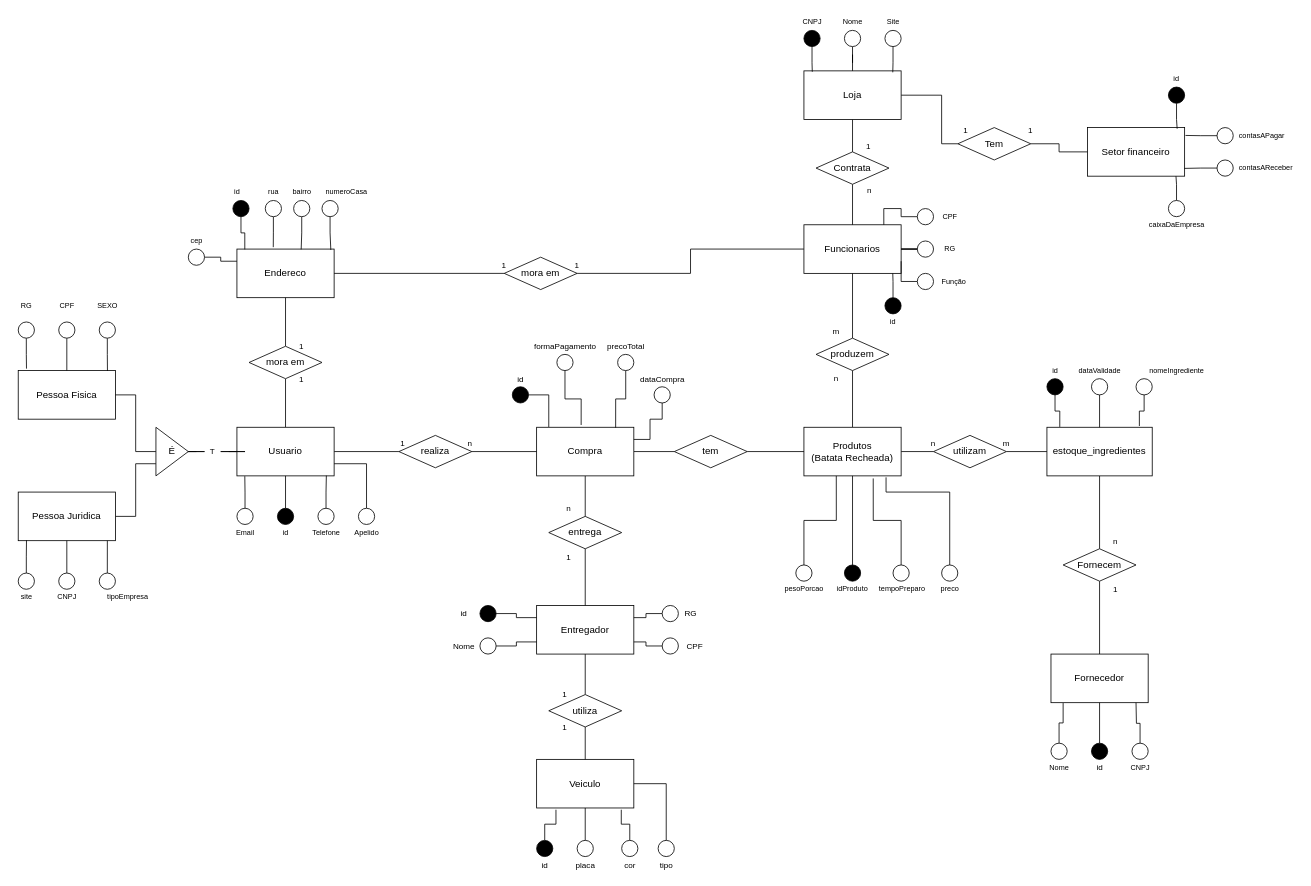
This is Atividade01.drawio from joaomoraski/banco-de-dados-utfpr, a draw.io file, before an edit. Source tidied: cells renumbered, new cells numbered last; positions are measured from the earlier drawing's top-left corner, leaving out a move shared by most shapes. Both pictures are drawn from the tidied source at 81%, with x=0, y=0 at pixel (14, 14).
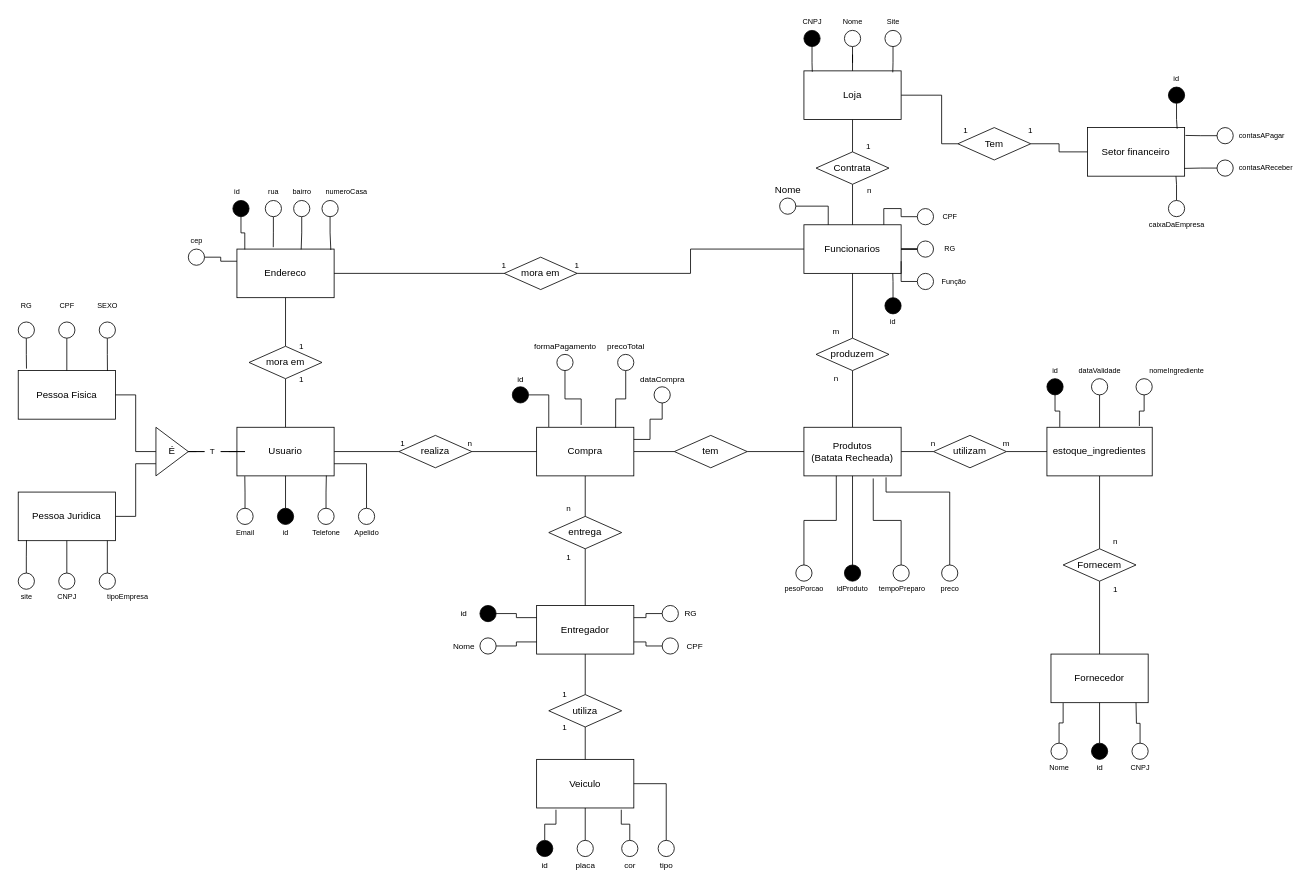
After the change.

Unchanged cells that the change refers to:
```xml
<mxCell id="3" value="Funcionarios" style="rounded=0;whiteSpace=wrap;html=1;fillColor=#FFFFFF;" parent="1" vertex="1">
  <mxGeometry x="975" y="260" width="120" height="60" as="geometry" />
</mxCell>
```

The edit, as a diff of the source:
```diff
@@
+    <mxCell id="218" style="edgeStyle=orthogonalEdgeStyle;rounded=0;jettySize=auto;html=1;entryX=0.25;entryY=0;entryDx=0;entryDy=0;endArrow=none;endFill=0;" parent="1" edge="1" source="219" target="3">
+      <mxGeometry relative="1" as="geometry" />
+    </mxCell>
+    <mxCell id="219" style="ellipse;whiteSpace=wrap;html=1;strokeColor=#000000;strokeWidth=1;fillColor=#FFFFFF;gradientColor=none;" parent="1" vertex="1">
+      <mxGeometry x="945" y="227" width="20" height="20" as="geometry" />
+    </mxCell>
+    <mxCell id="220" value="Nome" style="text;html=1;align=center;verticalAlign=middle;strokeColor=none;fillColor=none;" parent="1" vertex="1">
+      <mxGeometry x="930" y="207" width="50" height="20" as="geometry" />
+    </mxCell>
```
